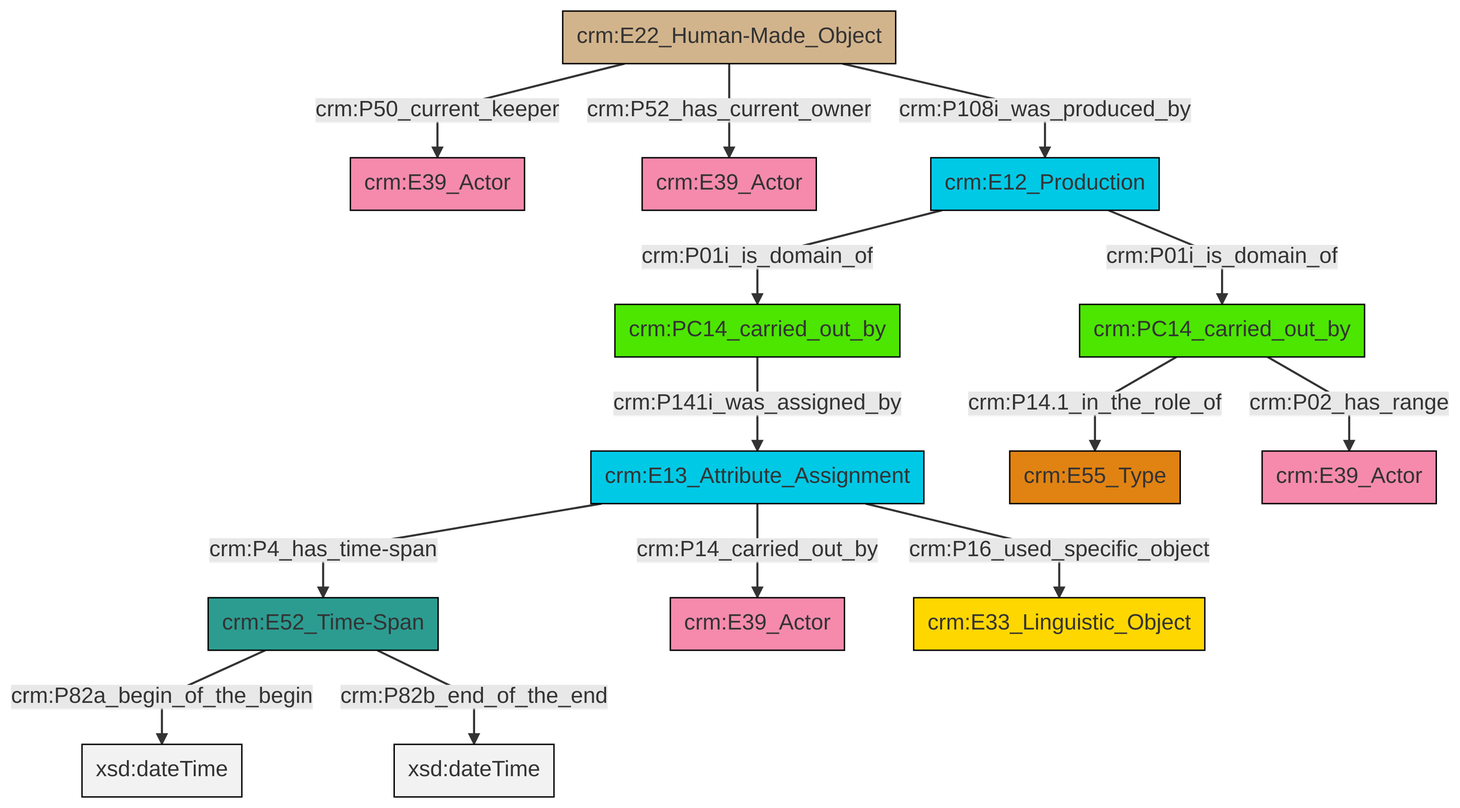
The Mermaid diagram et/carrierCSV/ttl/mmd/png/carrier_relations.png in swiss-art-research-net/docs.swissartresearch, before a commit. Its source is kept beside it as et/carrierCSV/ttl/mmd/carrier_relations.ttl.mmd.
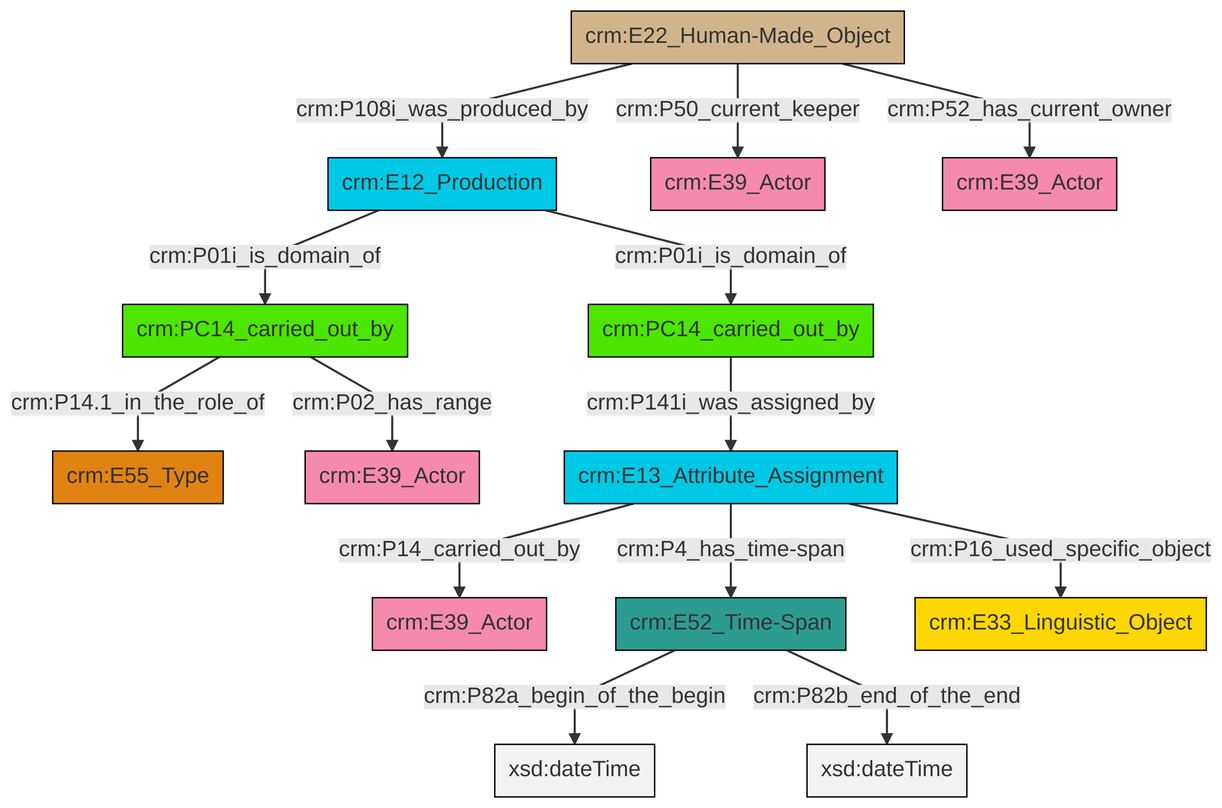
The same file after the commit.

What changed in the source:
```diff
@@ -13,16 +13,16 @@
 classDef PC_Classes fill:#4ce600, stroke:#000000;
 classDef Multi fill:#cccccc,stroke:#000000;
 
-2["crm:E22_Human-Made_Object"]:::Physical_Thing -->|crm:P50_current_keeper| 3["crm:E39_Actor"]:::Actor
-4["crm:E13_Attribute_Assignment"]:::Temporal_Entity -->|crm:P4_has_time-span| 5["crm:E52_Time-Span"]:::Time-Span
-11["crm:PC14_carried_out_by"]:::PC_Classes -->|crm:P141i_was_assigned_by| 4["crm:E13_Attribute_Assignment"]:::Temporal_Entity
-4["crm:E13_Attribute_Assignment"]:::Temporal_Entity -->|crm:P16_used_specific_object| 12["crm:E33_Linguistic_Object"]:::Conceptual_Object
-0["crm:PC14_carried_out_by"]:::PC_Classes -->|crm:P14.1_in_the_role_of| 14["crm:E55_Type"]:::Type
-2["crm:E22_Human-Made_Object"]:::Physical_Thing -->|crm:P52_has_current_owner| 16["crm:E39_Actor"]:::Actor
-2["crm:E22_Human-Made_Object"]:::Physical_Thing -->|crm:P108i_was_produced_by| 17["crm:E12_Production"]:::Temporal_Entity
-17["crm:E12_Production"]:::Temporal_Entity -->|crm:P01i_is_domain_of| 11["crm:PC14_carried_out_by"]:::PC_Classes
-4["crm:E13_Attribute_Assignment"]:::Temporal_Entity -->|crm:P14_carried_out_by| 9["crm:E39_Actor"]:::Actor
-5["crm:E52_Time-Span"]:::Time-Span -->|crm:P82a_begin_of_the_begin| 18[xsd:dateTime]:::Literal
-17["crm:E12_Production"]:::Temporal_Entity -->|crm:P01i_is_domain_of| 0["crm:PC14_carried_out_by"]:::PC_Classes
-0["crm:PC14_carried_out_by"]:::PC_Classes -->|crm:P02_has_range| 20["crm:E39_Actor"]:::Actor
-5["crm:E52_Time-Span"]:::Time-Span -->|crm:P82b_end_of_the_end| 24[xsd:dateTime]:::Literal
+2["crm:PC14_carried_out_by"]:::PC_Classes -->|crm:P14.1_in_the_role_of| 3["crm:E55_Type"]:::Type
+0["crm:E22_Human-Made_Object"]:::Physical_Thing -->|crm:P108i_was_produced_by| 6["crm:E12_Production"]:::Temporal_Entity
+6["crm:E12_Production"]:::Temporal_Entity -->|crm:P01i_is_domain_of| 7["crm:PC14_carried_out_by"]:::PC_Classes
+11["crm:E13_Attribute_Assignment"]:::Temporal_Entity -->|crm:P4_has_time-span| 12["crm:E52_Time-Span"]:::Time-Span
+7["crm:PC14_carried_out_by"]:::PC_Classes -->|crm:P141i_was_assigned_by| 11["crm:E13_Attribute_Assignment"]:::Temporal_Entity
+11["crm:E13_Attribute_Assignment"]:::Temporal_Entity -->|crm:P16_used_specific_object| 16["crm:E33_Linguistic_Object"]:::Conceptual_Object
+0["crm:E22_Human-Made_Object"]:::Physical_Thing -->|crm:P50_current_keeper| 14["crm:E39_Actor"]:::Actor
+2["crm:PC14_carried_out_by"]:::PC_Classes -->|crm:P02_has_range| 4["crm:E39_Actor"]:::Actor
+12["crm:E52_Time-Span"]:::Time-Span -->|crm:P82a_begin_of_the_begin| 21[xsd:dateTime]:::Literal
+0["crm:E22_Human-Made_Object"]:::Physical_Thing -->|crm:P52_has_current_owner| 17["crm:E39_Actor"]:::Actor
+12["crm:E52_Time-Span"]:::Time-Span -->|crm:P82b_end_of_the_end| 25[xsd:dateTime]:::Literal
+6["crm:E12_Production"]:::Temporal_Entity -->|crm:P01i_is_domain_of| 2["crm:PC14_carried_out_by"]:::PC_Classes
+11["crm:E13_Attribute_Assignment"]:::Temporal_Entity -->|crm:P14_carried_out_by| 8["crm:E39_Actor"]:::Actor
```
